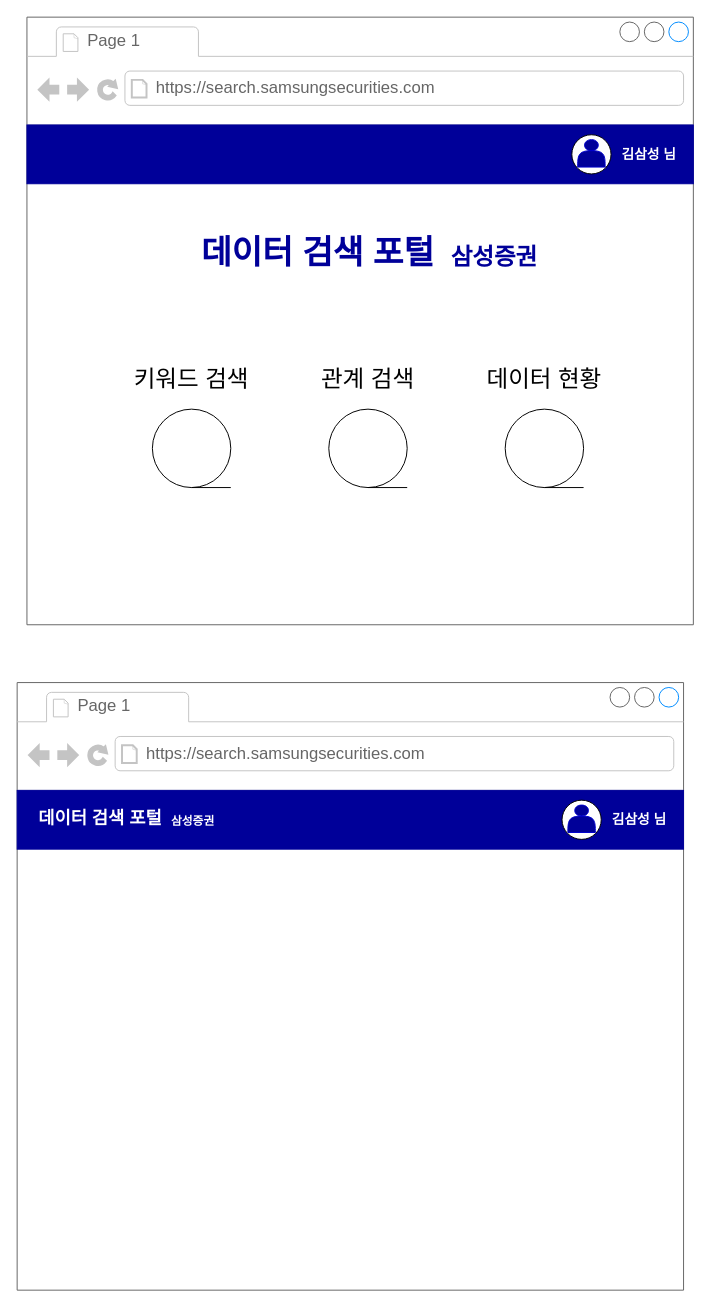
Above: ss_portal.drawio in cool23th/mockup (draw.io), before the change. Source tidied: cells renumbered, new cells numbered last; positions are measured from the earlier drawing's top-left corner, leaving out a move shared by most shapes. Both pictures are drawn from the tidied source at 98%, with x=0, y=0 at pixel (17, 17).
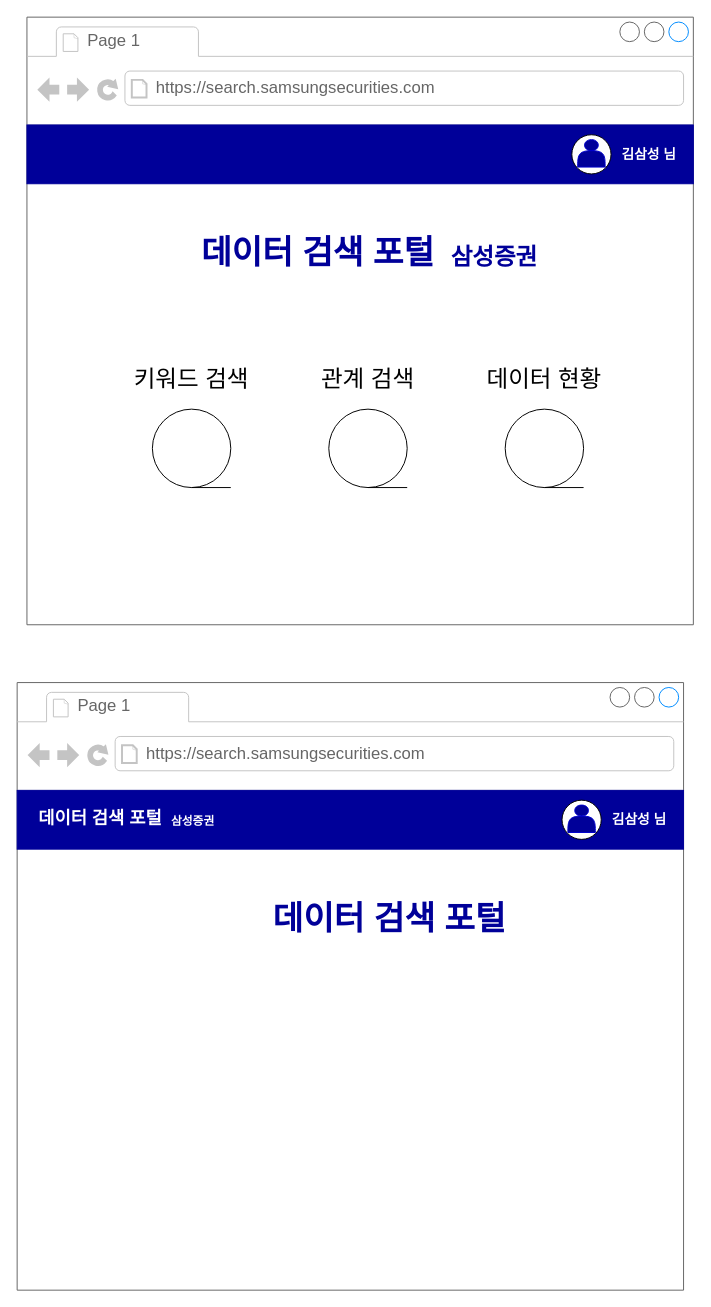
Above is the later version.

Unchanged cells that the change refers to:
```xml
<mxCell id="17" style="strokeWidth=1;shadow=0;dashed=0;align=center;html=1;shape=mxgraph.mockup.containers.browserWindow;rSize=0;fillColor=#ffffff;strokeColor=#666666;strokeColor2=#008cff;strokeColor3=#c4c4c4;mainText=,;fontSize=8;" parent="1" vertex="1">
  <mxGeometry y="679" width="680" height="620" as="geometry" />
</mxCell>
```

Change to the diagram source:
```diff
@@
+    <mxCell id="26" value="&lt;h3&gt;&lt;font color=&quot;#000099&quot; style=&quot;font-size: 34px&quot;&gt;&lt;b&gt;데이터 검색 포털&lt;/b&gt;&lt;/font&gt;&lt;/h3&gt;" style="text;html=1;strokeColor=none;fillColor=none;align=center;verticalAlign=middle;whiteSpace=wrap;rounded=0;fontSize=24;" parent="17" vertex="1">
+      <mxGeometry x="220" y="231" width="320" height="20" as="geometry" />
+    </mxCell>
```
